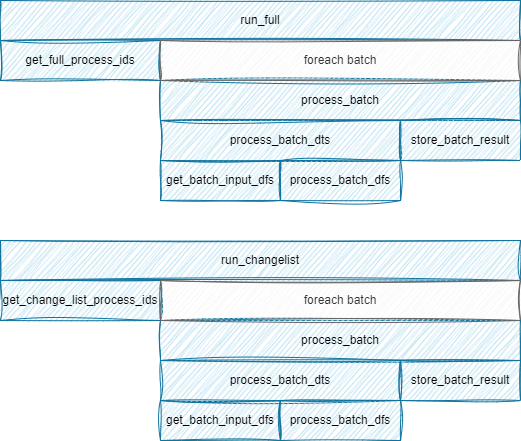
Above: docs/source/transformation-lifecycle.png in epoch8/datapipe (draw.io), before the change. Source tidied: cells renumbered, new cells last; positions are measured from the earlier drawing's top-left corner, leaving out a move shared by most shapes.
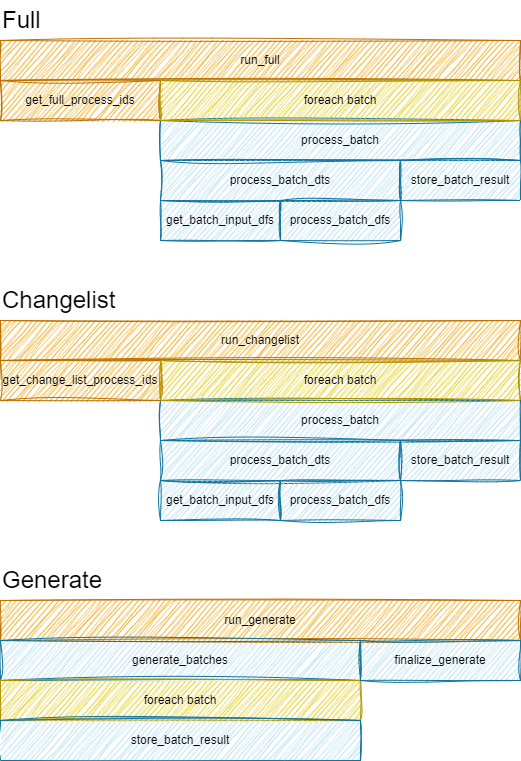
The same diagram one commit later.

What changed in the source:
```diff
@@ -2,16 +2,16 @@
   <root>
     <mxCell id="0" />
     <mxCell id="1" parent="0" />
-    <mxCell id="2" value="run_full" style="rounded=0;whiteSpace=wrap;html=1;fillColor=#b1ddf0;strokeColor=#10739e;strokeWidth=1;perimeterSpacing=0;glass=0;sketch=1;curveFitting=1;jiggle=2;shadow=0;" parent="1" vertex="1">
+    <mxCell id="2" value="run_full" style="rounded=0;whiteSpace=wrap;html=1;fillColor=#f0a30a;strokeColor=#BD7000;strokeWidth=1;perimeterSpacing=0;glass=0;sketch=1;curveFitting=1;jiggle=2;shadow=0;fontColor=#000000;" parent="1" vertex="1">
       <mxGeometry width="520" height="40" as="geometry" />
     </mxCell>
-    <mxCell id="3" value="get_full_process_ids" style="rounded=0;whiteSpace=wrap;html=1;fillColor=#b1ddf0;strokeColor=#10739e;strokeWidth=1;perimeterSpacing=0;glass=0;sketch=1;curveFitting=1;jiggle=2;shadow=0;" parent="1" vertex="1">
+    <mxCell id="3" value="get_full_process_ids" style="rounded=0;whiteSpace=wrap;html=1;fillColor=#f0a30a;strokeColor=#BD7000;strokeWidth=1;perimeterSpacing=0;glass=0;sketch=1;curveFitting=1;jiggle=2;shadow=0;fontColor=#000000;" parent="1" vertex="1">
       <mxGeometry y="40" width="160" height="40" as="geometry" />
     </mxCell>
     <mxCell id="4" value="process_batch" style="rounded=0;whiteSpace=wrap;html=1;fillColor=#b1ddf0;strokeColor=#10739e;strokeWidth=1;perimeterSpacing=0;glass=0;sketch=1;curveFitting=1;jiggle=2;shadow=0;" parent="1" vertex="1">
       <mxGeometry x="160" y="80" width="360" height="40" as="geometry" />
     </mxCell>
-    <mxCell id="5" value="foreach batch" style="rounded=0;whiteSpace=wrap;html=1;fillColor=#f5f5f5;strokeColor=#666666;fontColor=#333333;strokeWidth=1;perimeterSpacing=0;glass=0;sketch=1;curveFitting=1;jiggle=2;shadow=0;" parent="1" vertex="1">
+    <mxCell id="5" value="foreach batch" style="rounded=0;whiteSpace=wrap;html=1;strokeWidth=1;perimeterSpacing=0;glass=0;sketch=1;curveFitting=1;jiggle=2;shadow=0;fillColor=#e3c800;strokeColor=#B09500;fontColor=#000000;" parent="1" vertex="1">
       <mxGeometry x="160" y="40" width="360" height="40" as="geometry" />
     </mxCell>
     <mxCell id="6" value="process_batch_dts" style="rounded=0;whiteSpace=wrap;html=1;fillColor=#b1ddf0;strokeColor=#10739e;strokeWidth=1;perimeterSpacing=0;glass=0;sketch=1;curveFitting=1;jiggle=2;shadow=0;" parent="1" vertex="1">
@@ -26,29 +26,53 @@
     <mxCell id="9" value="process_batch_dfs" style="rounded=0;whiteSpace=wrap;html=1;fillColor=#b1ddf0;strokeColor=#10739e;strokeWidth=1;perimeterSpacing=0;glass=0;sketch=1;curveFitting=1;jiggle=2;shadow=0;" parent="1" vertex="1">
       <mxGeometry x="280" y="160" width="120" height="40" as="geometry" />
     </mxCell>
-    <mxCell id="10" value="run_changelist" style="rounded=0;whiteSpace=wrap;html=1;fillColor=#b1ddf0;strokeColor=#10739e;strokeWidth=1;perimeterSpacing=0;glass=0;sketch=1;curveFitting=1;jiggle=2;shadow=0;" parent="1" vertex="1">
-      <mxGeometry y="240" width="520" height="40" as="geometry" />
+    <mxCell id="10" value="run_changelist" style="rounded=0;whiteSpace=wrap;html=1;fillColor=#f0a30a;strokeColor=#BD7000;strokeWidth=1;perimeterSpacing=0;glass=0;sketch=1;curveFitting=1;jiggle=2;shadow=0;fontColor=#000000;" parent="1" vertex="1">
+      <mxGeometry y="280" width="520" height="40" as="geometry" />
     </mxCell>
-    <mxCell id="11" value="get_change_list_process_ids" style="rounded=0;whiteSpace=wrap;html=1;fillColor=#b1ddf0;strokeColor=#10739e;strokeWidth=1;perimeterSpacing=0;glass=0;sketch=1;curveFitting=1;jiggle=2;shadow=0;" parent="1" vertex="1">
-      <mxGeometry y="280" width="160" height="40" as="geometry" />
+    <mxCell id="11" value="get_change_list_process_ids" style="rounded=0;whiteSpace=wrap;html=1;fillColor=#f0a30a;strokeColor=#BD7000;strokeWidth=1;perimeterSpacing=0;glass=0;sketch=1;curveFitting=1;jiggle=2;shadow=0;fontColor=#000000;" parent="1" vertex="1">
+      <mxGeometry y="320" width="160" height="40" as="geometry" />
     </mxCell>
     <mxCell id="12" value="process_batch" style="rounded=0;whiteSpace=wrap;html=1;fillColor=#b1ddf0;strokeColor=#10739e;strokeWidth=1;perimeterSpacing=0;glass=0;sketch=1;curveFitting=1;jiggle=2;shadow=0;" parent="1" vertex="1">
-      <mxGeometry x="160" y="320" width="360" height="40" as="geometry" />
+      <mxGeometry x="160" y="360" width="360" height="40" as="geometry" />
     </mxCell>
-    <mxCell id="13" value="foreach batch" style="rounded=0;whiteSpace=wrap;html=1;fillColor=#f5f5f5;strokeColor=#666666;fontColor=#333333;strokeWidth=1;perimeterSpacing=0;glass=0;sketch=1;curveFitting=1;jiggle=2;shadow=0;" parent="1" vertex="1">
-      <mxGeometry x="160" y="280" width="360" height="40" as="geometry" />
+    <mxCell id="13" value="foreach batch" style="rounded=0;whiteSpace=wrap;html=1;fillColor=#e3c800;strokeColor=#B09500;fontColor=#000000;strokeWidth=1;perimeterSpacing=0;glass=0;sketch=1;curveFitting=1;jiggle=2;shadow=0;" parent="1" vertex="1">
+      <mxGeometry x="160" y="320" width="360" height="40" as="geometry" />
     </mxCell>
     <mxCell id="14" value="process_batch_dts" style="rounded=0;whiteSpace=wrap;html=1;fillColor=#b1ddf0;strokeColor=#10739e;strokeWidth=1;perimeterSpacing=0;glass=0;sketch=1;curveFitting=1;jiggle=2;shadow=0;" parent="1" vertex="1">
-      <mxGeometry x="160" y="360" width="240" height="40" as="geometry" />
+      <mxGeometry x="160" y="400" width="240" height="40" as="geometry" />
     </mxCell>
     <mxCell id="15" value="get_batch_input_dfs" style="rounded=0;whiteSpace=wrap;html=1;fillColor=#b1ddf0;strokeColor=#10739e;strokeWidth=1;perimeterSpacing=0;glass=0;sketch=1;curveFitting=1;jiggle=2;shadow=0;" parent="1" vertex="1">
-      <mxGeometry x="160" y="400" width="120" height="40" as="geometry" />
+      <mxGeometry x="160" y="440" width="120" height="40" as="geometry" />
     </mxCell>
     <mxCell id="16" value="process_batch_dfs" style="rounded=0;whiteSpace=wrap;html=1;fillColor=#b1ddf0;strokeColor=#10739e;strokeWidth=1;perimeterSpacing=0;glass=0;sketch=1;curveFitting=1;jiggle=2;shadow=0;" parent="1" vertex="1">
-      <mxGeometry x="280" y="400" width="120" height="40" as="geometry" />
+      <mxGeometry x="280" y="440" width="120" height="40" as="geometry" />
     </mxCell>
     <mxCell id="17" value="store_batch_result" style="rounded=0;whiteSpace=wrap;html=1;fillColor=#b1ddf0;strokeColor=#10739e;strokeWidth=1;perimeterSpacing=0;glass=0;sketch=1;curveFitting=1;jiggle=2;shadow=0;" parent="1" vertex="1">
-      <mxGeometry x="400" y="360" width="120" height="40" as="geometry" />
+      <mxGeometry x="400" y="400" width="120" height="40" as="geometry" />
     </mxCell>
+    <mxCell id="18" value="run_generate" style="rounded=0;whiteSpace=wrap;html=1;fillColor=#f0a30a;strokeColor=#BD7000;strokeWidth=1;perimeterSpacing=0;glass=0;sketch=1;curveFitting=1;jiggle=2;shadow=0;fontColor=#000000;" parent="1" vertex="1">
+      <mxGeometry y="560" width="520" height="40" as="geometry" />
+    </mxCell>
+    <mxCell id="19" value="generate_batches" style="rounded=0;whiteSpace=wrap;html=1;fillColor=#b1ddf0;strokeColor=#10739e;strokeWidth=1;perimeterSpacing=0;glass=0;sketch=1;curveFitting=1;jiggle=2;shadow=0;" parent="1" vertex="1">
+      <mxGeometry y="600" width="360" height="40" as="geometry" />
+    </mxCell>
+    <mxCell id="20" value="foreach batch" style="rounded=0;whiteSpace=wrap;html=1;fillColor=#e3c800;strokeColor=#B09500;fontColor=#000000;strokeWidth=1;perimeterSpacing=0;glass=0;sketch=1;curveFitting=1;jiggle=2;shadow=0;" parent="1" vertex="1">
+      <mxGeometry y="640" width="360" height="40" as="geometry" />
+    </mxCell>
+    <mxCell id="21" value="store_batch_result" style="rounded=0;whiteSpace=wrap;html=1;fillColor=#b1ddf0;strokeColor=#10739e;strokeWidth=1;perimeterSpacing=0;glass=0;sketch=1;curveFitting=1;jiggle=2;shadow=0;" parent="1" vertex="1">
+      <mxGeometry y="680" width="360" height="40" as="geometry" />
+    </mxCell>
+    <mxCell id="22" value="finalize_generate" style="rounded=0;whiteSpace=wrap;html=1;fillColor=#b1ddf0;strokeColor=#10739e;strokeWidth=1;perimeterSpacing=0;glass=0;sketch=1;curveFitting=1;jiggle=2;shadow=0;" parent="1" vertex="1">
+      <mxGeometry x="360" y="600" width="160" height="40" as="geometry" />
+    </mxCell>
+    <mxCell id="23" value="Full" style="text;html=1;strokeColor=none;fillColor=none;align=left;verticalAlign=middle;whiteSpace=wrap;rounded=0;fontSize=24;" parent="1" vertex="1">
+      <mxGeometry y="-40" width="280" height="40" as="geometry" />
+    </mxCell>
+    <mxCell id="24" value="Changelist" style="text;html=1;strokeColor=none;fillColor=none;align=left;verticalAlign=middle;whiteSpace=wrap;rounded=0;fontSize=24;" parent="1" vertex="1">
+      <mxGeometry y="240" width="280" height="40" as="geometry" />
+    </mxCell>
+    <mxCell id="25" value="Generate" style="text;html=1;strokeColor=none;fillColor=none;align=left;verticalAlign=middle;whiteSpace=wrap;rounded=0;fontSize=24;" parent="1" vertex="1">
+      <mxGeometry y="520" width="280" height="40" as="geometry" />
+    </mxCell>
   </root>
 </mxGraphModel>
```
